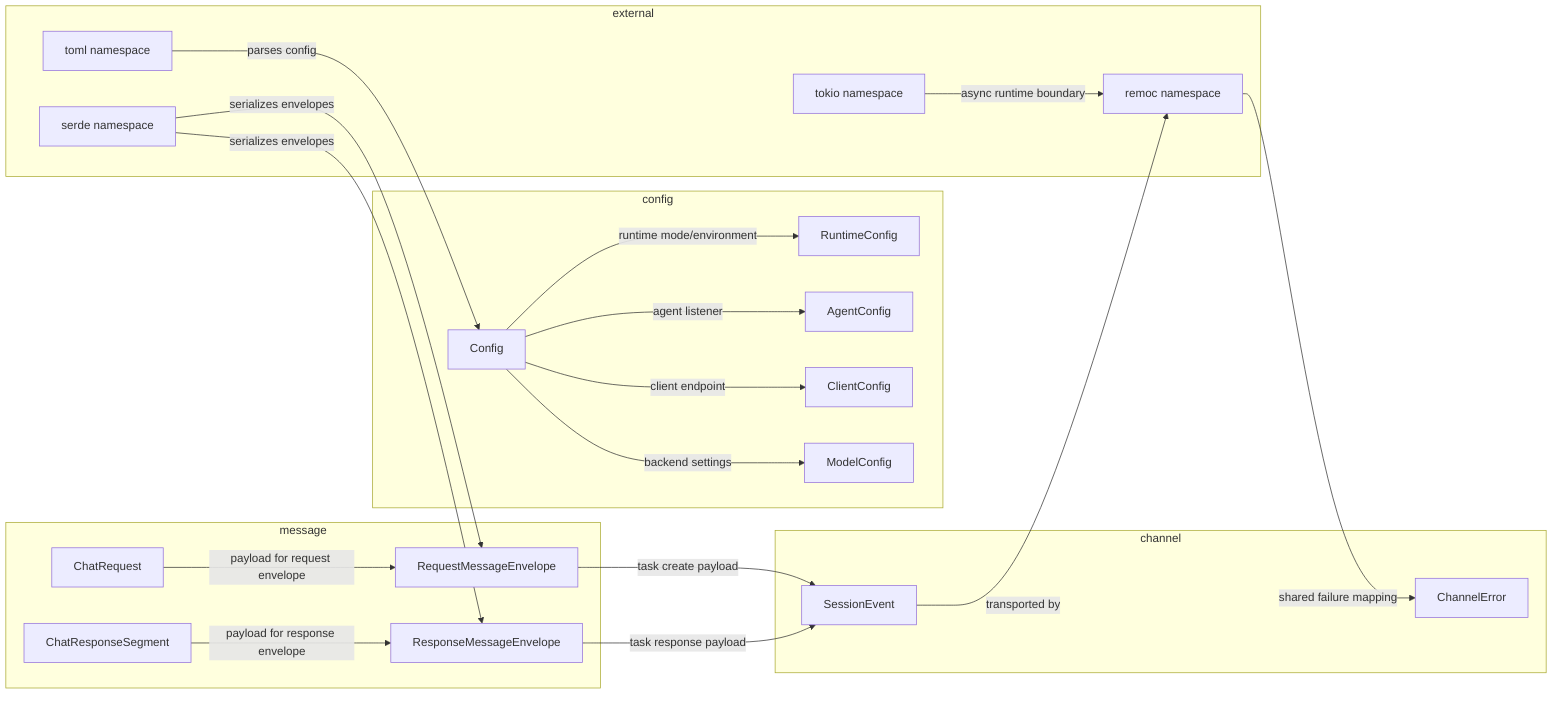
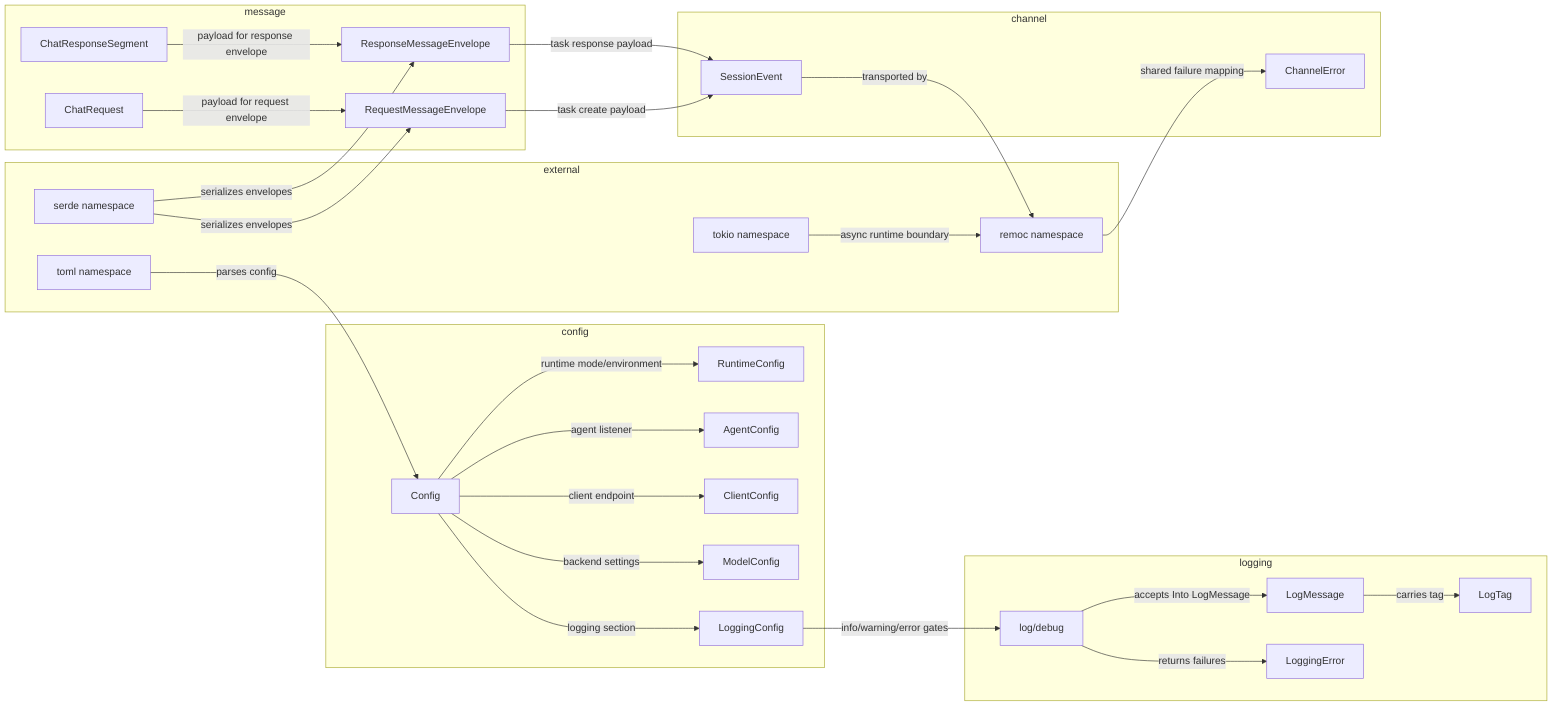
flowchart LR
  subgraph config["config"]
    Config["Config"]
    RuntimeConfig["RuntimeConfig"]
    AgentConfig["AgentConfig"]
    ClientConfig["ClientConfig"]
    ModelConfig["ModelConfig"]
+     LoggingConfig["LoggingConfig"]
+   end
+ 
+   subgraph logging["logging"]
+     LoggerApi["log/debug"]
+     LogMessage["LogMessage"]
+     LogTag["LogTag"]
+     LoggingError["LoggingError"]
  end

  subgraph message["message"]
    RequestEnvelope["RequestMessageEnvelope"]
    ResponseEnvelope["ResponseMessageEnvelope"]
    ChatRequest["ChatRequest"]
    ChatResponseSegment["ChatResponseSegment"]
  end

  subgraph channel["channel"]
    SessionEvent["SessionEvent"]
    ChannelError["ChannelError"]
  end

  subgraph external["external"]
    Remoc["remoc namespace"]
    Serde["serde namespace"]
    Tokio["tokio namespace"]
    Toml["toml namespace"]
  end

  Config -->|"runtime mode/environment"| RuntimeConfig
  Config -->|"agent listener"| AgentConfig
  Config -->|"client endpoint"| ClientConfig
  Config -->|"backend settings"| ModelConfig
+   Config -->|"logging section"| LoggingConfig
+   LoggingConfig -->|"info/warning/error gates"| LoggerApi
+   LoggerApi -->|"accepts Into LogMessage"| LogMessage
+   LogMessage -->|"carries tag"| LogTag
+   LoggerApi -->|"returns failures"| LoggingError
  Toml -->|"parses config"| Config
  Serde -->|"serializes envelopes"| RequestEnvelope
  Serde -->|"serializes envelopes"| ResponseEnvelope
  ChatRequest -->|"payload for request envelope"| RequestEnvelope
  ChatResponseSegment -->|"payload for response envelope"| ResponseEnvelope
  RequestEnvelope -->|"task create payload"| SessionEvent
  ResponseEnvelope -->|"task response payload"| SessionEvent
  SessionEvent -->|"transported by"| Remoc
  Remoc -->|"shared failure mapping"| ChannelError
  Tokio -->|"async runtime boundary"| Remoc
